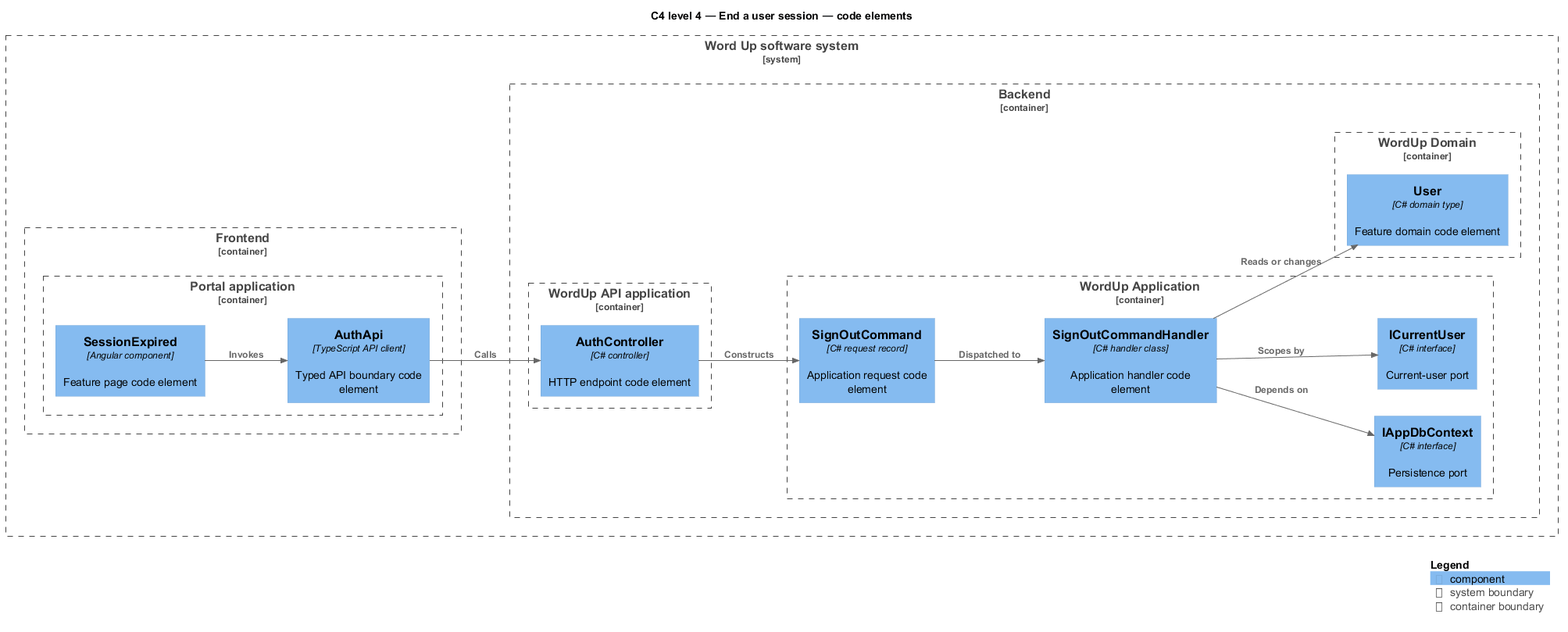
Above: docs/detailed-designs/authentication/end-user-session/diagrams/c4-code.png in QuinntyneBrown/waypoint (PlantUML), before the change.
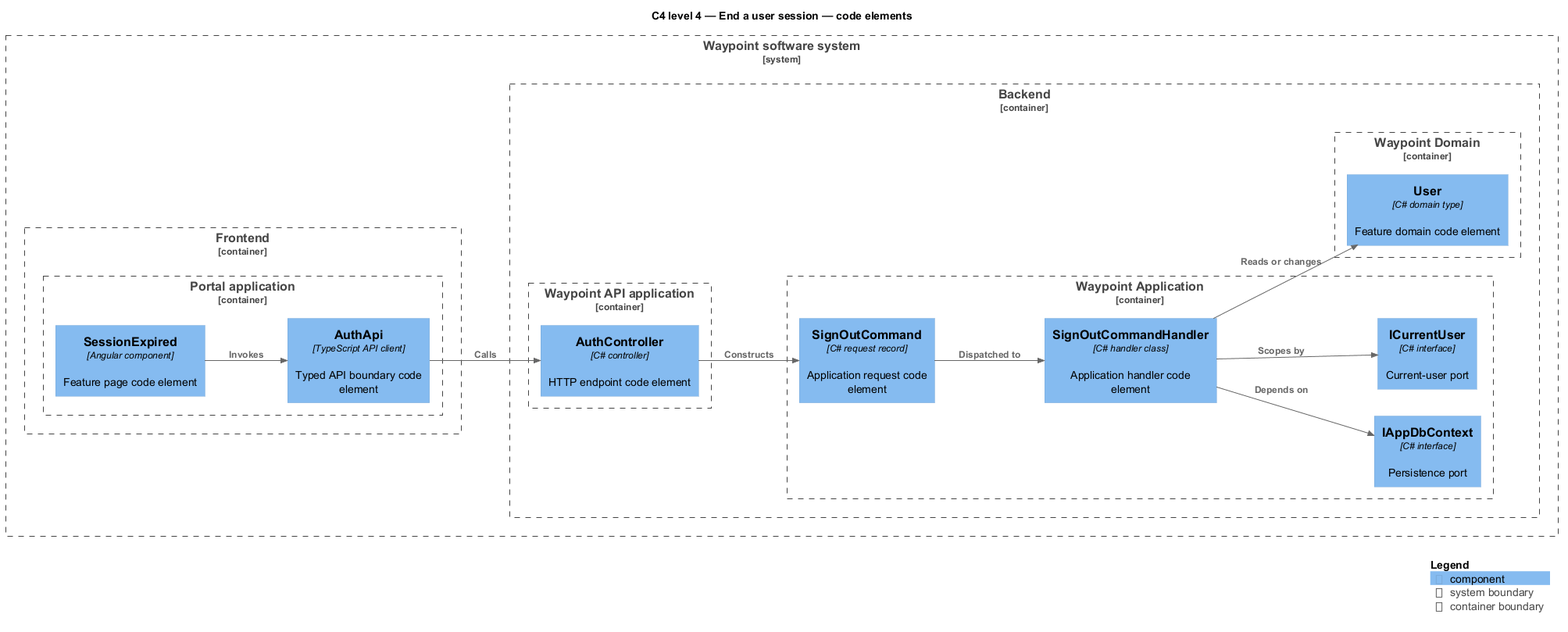
Later version of the same file.

The edit, as a diff of the source:
```diff
@@ -2,7 +2,7 @@
 !include <C4/C4_Component>
 LAYOUT_LEFT_RIGHT()
 title C4 level 4 — End a user session — code elements
-System_Boundary(wordup, "Word Up software system") {
+System_Boundary(waypoint, "Waypoint software system") {
   Container_Boundary(frontend, "Frontend") {
     Container_Boundary(frontend_app, "Portal application") {
       Component(page, "SessionExpired", "Angular component", "Feature page code element")
@@ -10,16 +10,16 @@
     }
   }
   Container_Boundary(backend, "Backend") {
-    Container_Boundary(api_app, "WordUp API application") {
+    Container_Boundary(api_app, "Waypoint API application") {
       Component(controller, "AuthController", "C# controller", "HTTP endpoint code element")
     }
-    Container_Boundary(application, "WordUp Application") {
+    Container_Boundary(application, "Waypoint Application") {
       Component(request, "SignOutCommand", "C# request record", "Application request code element")
       Component(handler, "SignOutCommandHandler", "C# handler class", "Application handler code element")
       Component(dbport, "IAppDbContext", "C# interface", "Persistence port")
       Component(current, "ICurrentUser", "C# interface", "Current-user port")
     }
-    Container_Boundary(domain, "WordUp Domain") {
+    Container_Boundary(domain, "Waypoint Domain") {
       Component(entity, "User", "C# domain type", "Feature domain code element")
     }
   }
```
